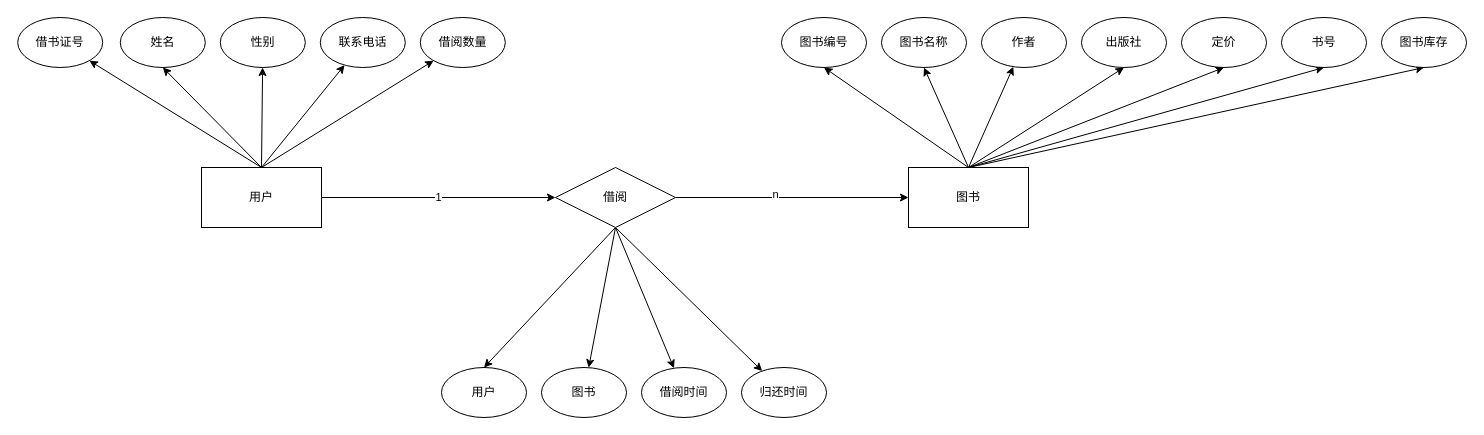
This is 图书借阅管理系统ER图.drawio from blankbro/draw.io, a draw.io file, before an edit. Source tidied: cells renumbered, new cells numbered last; positions are measured from the earlier drawing's top-left corner, leaving out a move shared by most shapes. Both pictures are drawn from the tidied source at 100%, with x=0, y=0 at pixel (17, 17).
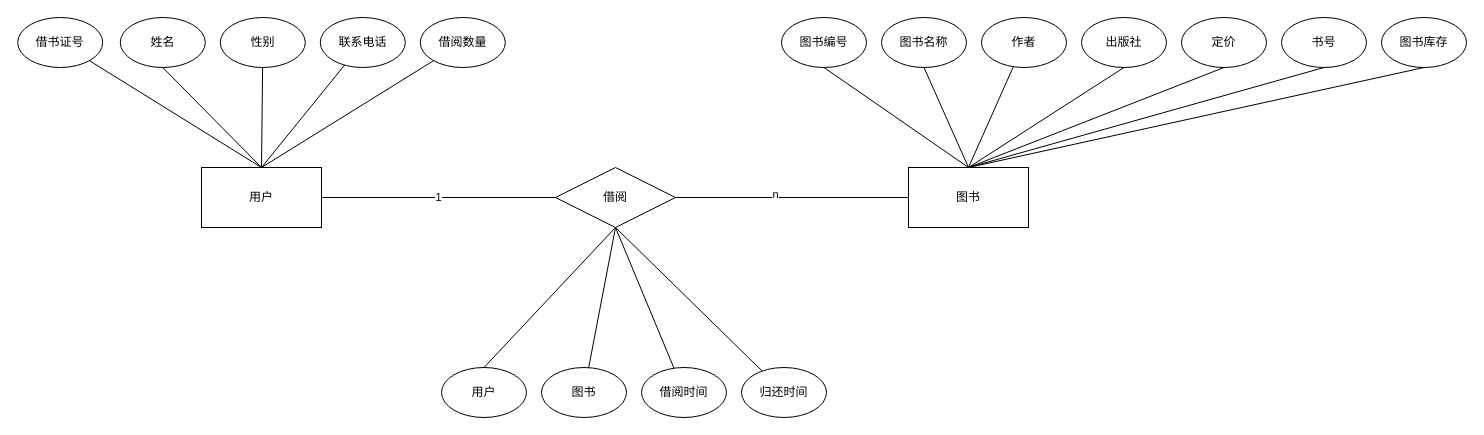
Above is the later version.

Commit message:
更新图书借阅管理系统ER图.drawio

The change refers to these unchanged cells:
```xml
<mxCell id="8" value="用户" style="whiteSpace=wrap;html=1;align=center;" parent="1" vertex="1">
  <mxGeometry x="184" y="150" width="120" height="60" as="geometry" />
</mxCell>
<mxCell id="15" value="借阅" style="shape=rhombus;perimeter=rhombusPerimeter;whiteSpace=wrap;html=1;align=center;" parent="1" vertex="1">
  <mxGeometry x="538" y="150" width="120" height="60" as="geometry" />
</mxCell>
<mxCell id="23" value="图书" style="whiteSpace=wrap;html=1;" parent="1" vertex="1">
  <mxGeometry x="891" y="150" width="120" height="60" as="geometry" />
</mxCell>
<mxCell id="24" value="借书证号" style="ellipse;whiteSpace=wrap;html=1;" parent="1" vertex="1">
  <mxGeometry x="0.2" width="85" height="50" as="geometry" />
</mxCell>
<mxCell id="25" value="姓名" style="ellipse;whiteSpace=wrap;html=1;" parent="1" vertex="1">
  <mxGeometry x="102.8" width="85" height="50" as="geometry" />
</mxCell>
<mxCell id="26" value="性别" style="ellipse;whiteSpace=wrap;html=1;" parent="1" vertex="1">
  <mxGeometry x="202.8" width="85" height="50" as="geometry" />
</mxCell>
<mxCell id="27" value="联系电话" style="ellipse;whiteSpace=wrap;html=1;" parent="1" vertex="1">
  <mxGeometry x="302.8" width="85" height="50" as="geometry" />
</mxCell>
<mxCell id="28" value="借阅数量" style="ellipse;whiteSpace=wrap;html=1;" parent="1" vertex="1">
  <mxGeometry x="402.8" width="85" height="50" as="geometry" />
</mxCell>
<mxCell id="29" value="图书编号" style="ellipse;whiteSpace=wrap;html=1;" parent="1" vertex="1">
  <mxGeometry x="764" width="85" height="50" as="geometry" />
</mxCell>
<mxCell id="30" value="图书名称" style="ellipse;whiteSpace=wrap;html=1;" parent="1" vertex="1">
  <mxGeometry x="864" width="85" height="50" as="geometry" />
</mxCell>
<mxCell id="31" value="作者" style="ellipse;whiteSpace=wrap;html=1;" parent="1" vertex="1">
  <mxGeometry x="964" width="85" height="50" as="geometry" />
</mxCell>
<mxCell id="32" value="出版社" style="ellipse;whiteSpace=wrap;html=1;" parent="1" vertex="1">
  <mxGeometry x="1064" width="85" height="50" as="geometry" />
</mxCell>
<mxCell id="33" value="定价" style="ellipse;whiteSpace=wrap;html=1;" parent="1" vertex="1">
  <mxGeometry x="1164" width="85" height="50" as="geometry" />
</mxCell>
<mxCell id="34" value="书号" style="ellipse;whiteSpace=wrap;html=1;" parent="1" vertex="1">
  <mxGeometry x="1264" width="85" height="50" as="geometry" />
</mxCell>
<mxCell id="35" value="图书库存" style="ellipse;whiteSpace=wrap;html=1;" parent="1" vertex="1">
  <mxGeometry x="1364" width="85" height="50" as="geometry" />
</mxCell>
<mxCell id="36" value="用户" style="ellipse;whiteSpace=wrap;html=1;" parent="1" vertex="1">
  <mxGeometry x="424" y="350" width="85" height="50" as="geometry" />
</mxCell>
<mxCell id="37" value="图书" style="ellipse;whiteSpace=wrap;html=1;" parent="1" vertex="1">
  <mxGeometry x="524" y="350" width="85" height="50" as="geometry" />
</mxCell>
<mxCell id="38" value="借阅时间" style="ellipse;whiteSpace=wrap;html=1;" parent="1" vertex="1">
  <mxGeometry x="624" y="350" width="85" height="50" as="geometry" />
</mxCell>
<mxCell id="39" value="归还时间" style="ellipse;whiteSpace=wrap;html=1;" parent="1" vertex="1">
  <mxGeometry x="724" y="350" width="85" height="50" as="geometry" />
</mxCell>
```

Diff of the diagram source:
```diff
@@
-    <mxCell id="2" value="1" style="edgeStyle=orthogonalEdgeStyle;rounded=0;jettySize=auto;html=1;" parent="1" edge="1" source="8" target="15">
+    <mxCell id="2" value="1" style="edgeStyle=orthogonalEdgeStyle;rounded=0;jettySize=auto;html=1;endArrow=none;endFill=0;" parent="1" edge="1" source="8" target="15">
       <mxGeometry relative="1" as="geometry" />
     </mxCell>
-    <mxCell id="3" style="rounded=0;jettySize=auto;html=1;exitX=0.5;exitY=0;exitDx=0;exitDy=0;" parent="1" edge="1" source="8" target="24">
+    <mxCell id="3" style="rounded=0;jettySize=auto;html=1;exitX=0.5;exitY=0;exitDx=0;exitDy=0;endArrow=none;endFill=0;" parent="1" edge="1" source="8" target="24">
       <mxGeometry relative="1" as="geometry" />
     </mxCell>
-    <mxCell id="4" style="rounded=0;jettySize=auto;html=1;exitX=0.5;exitY=0;exitDx=0;exitDy=0;entryX=0.5;entryY=1;entryDx=0;entryDy=0;" parent="1" edge="1" source="8" target="25">
+    <mxCell id="4" style="rounded=0;jettySize=auto;html=1;exitX=0.5;exitY=0;exitDx=0;exitDy=0;entryX=0.5;entryY=1;entryDx=0;entryDy=0;endArrow=none;endFill=0;" parent="1" edge="1" source="8" target="25">
       <mxGeometry relative="1" as="geometry" />
     </mxCell>
-    <mxCell id="5" style="rounded=0;jettySize=auto;html=1;exitX=0.5;exitY=0;exitDx=0;exitDy=0;" parent="1" edge="1" source="8" target="26">
+    <mxCell id="5" style="rounded=0;jettySize=auto;html=1;exitX=0.5;exitY=0;exitDx=0;exitDy=0;endArrow=none;endFill=0;" parent="1" edge="1" source="8" target="26">
       <mxGeometry relative="1" as="geometry" />
     </mxCell>
-    <mxCell id="6" style="rounded=0;jettySize=auto;html=1;exitX=0.5;exitY=0;exitDx=0;exitDy=0;" parent="1" edge="1" source="8" target="27">
+    <mxCell id="6" style="rounded=0;jettySize=auto;html=1;exitX=0.5;exitY=0;exitDx=0;exitDy=0;endArrow=none;endFill=0;" parent="1" edge="1" source="8" target="27">
       <mxGeometry relative="1" as="geometry" />
     </mxCell>
-    <mxCell id="7" style="rounded=0;jettySize=auto;html=1;exitX=0.5;exitY=0;exitDx=0;exitDy=0;" parent="1" edge="1" source="8" target="28">
+    <mxCell id="7" style="rounded=0;jettySize=auto;html=1;exitX=0.5;exitY=0;exitDx=0;exitDy=0;endArrow=none;endFill=0;" parent="1" edge="1" source="8" target="28">
       <mxGeometry relative="1" as="geometry" />
     </mxCell>
@@
-    <mxCell id="9" style="edgeStyle=orthogonalEdgeStyle;rounded=0;jettySize=auto;html=1;" parent="1" edge="1" source="15" target="23">
+    <mxCell id="9" style="edgeStyle=orthogonalEdgeStyle;rounded=0;jettySize=auto;html=1;endArrow=none;endFill=0;" parent="1" edge="1" source="15" target="23">
       <mxGeometry relative="1" as="geometry" />
     </mxCell>
@@
-    <mxCell id="11" style="rounded=0;jettySize=auto;html=1;entryX=0.5;entryY=0;entryDx=0;entryDy=0;exitX=0.5;exitY=1;exitDx=0;exitDy=0;" parent="1" edge="1" source="15" target="36">
+    <mxCell id="11" style="rounded=0;jettySize=auto;html=1;entryX=0.5;entryY=0;entryDx=0;entryDy=0;exitX=0.5;exitY=1;exitDx=0;exitDy=0;endArrow=none;endFill=0;" parent="1" edge="1" source="15" target="36">
       <mxGeometry relative="1" as="geometry" />
     </mxCell>
-    <mxCell id="12" style="rounded=0;jettySize=auto;html=1;exitX=0.5;exitY=1;exitDx=0;exitDy=0;" parent="1" edge="1" source="15" target="37">
+    <mxCell id="12" style="rounded=0;jettySize=auto;html=1;exitX=0.5;exitY=1;exitDx=0;exitDy=0;endArrow=none;endFill=0;" parent="1" edge="1" source="15" target="37">
       <mxGeometry relative="1" as="geometry" />
     </mxCell>
-    <mxCell id="13" style="rounded=0;jettySize=auto;html=1;exitX=0.5;exitY=1;exitDx=0;exitDy=0;" parent="1" edge="1" source="15" target="38">
+    <mxCell id="13" style="rounded=0;jettySize=auto;html=1;exitX=0.5;exitY=1;exitDx=0;exitDy=0;endArrow=none;endFill=0;" parent="1" edge="1" source="15" target="38">
       <mxGeometry relative="1" as="geometry" />
     </mxCell>
-    <mxCell id="14" style="rounded=0;jettySize=auto;html=1;exitX=0.5;exitY=1;exitDx=0;exitDy=0;" parent="1" edge="1" source="15" target="39">
+    <mxCell id="14" style="rounded=0;jettySize=auto;html=1;exitX=0.5;exitY=1;exitDx=0;exitDy=0;endArrow=none;endFill=0;" parent="1" edge="1" source="15" target="39">
       <mxGeometry relative="1" as="geometry" />
     </mxCell>
@@
-    <mxCell id="16" style="rounded=0;jettySize=auto;html=1;exitX=0.5;exitY=0;exitDx=0;exitDy=0;entryX=0.5;entryY=1;entryDx=0;entryDy=0;" parent="1" edge="1" source="23" target="29">
+    <mxCell id="16" style="rounded=0;jettySize=auto;html=1;exitX=0.5;exitY=0;exitDx=0;exitDy=0;entryX=0.5;entryY=1;entryDx=0;entryDy=0;endArrow=none;endFill=0;" parent="1" edge="1" source="23" target="29">
       <mxGeometry relative="1" as="geometry" />
     </mxCell>
-    <mxCell id="17" style="rounded=0;jettySize=auto;html=1;exitX=0.5;exitY=0;exitDx=0;exitDy=0;entryX=0.5;entryY=1;entryDx=0;entryDy=0;" parent="1" edge="1" source="23" target="30">
+    <mxCell id="17" style="rounded=0;jettySize=auto;html=1;exitX=0.5;exitY=0;exitDx=0;exitDy=0;entryX=0.5;entryY=1;entryDx=0;entryDy=0;endArrow=none;endFill=0;" parent="1" edge="1" source="23" target="30">
       <mxGeometry relative="1" as="geometry" />
     </mxCell>
-    <mxCell id="18" style="rounded=0;jettySize=auto;html=1;exitX=0.5;exitY=0;exitDx=0;exitDy=0;" parent="1" edge="1" source="23" target="31">
+    <mxCell id="18" style="rounded=0;jettySize=auto;html=1;exitX=0.5;exitY=0;exitDx=0;exitDy=0;endArrow=none;endFill=0;" parent="1" edge="1" source="23" target="31">
       <mxGeometry relative="1" as="geometry" />
     </mxCell>
-    <mxCell id="19" style="rounded=0;jettySize=auto;html=1;exitX=0.5;exitY=0;exitDx=0;exitDy=0;entryX=0.5;entryY=1;entryDx=0;entryDy=0;" parent="1" edge="1" source="23" target="32">
+    <mxCell id="19" style="rounded=0;jettySize=auto;html=1;exitX=0.5;exitY=0;exitDx=0;exitDy=0;entryX=0.5;entryY=1;entryDx=0;entryDy=0;endArrow=none;endFill=0;" parent="1" edge="1" source="23" target="32">
       <mxGeometry relative="1" as="geometry" />
     </mxCell>
-    <mxCell id="20" style="rounded=0;jettySize=auto;html=1;exitX=0.5;exitY=0;exitDx=0;exitDy=0;entryX=0.5;entryY=1;entryDx=0;entryDy=0;" parent="1" edge="1" source="23" target="33">
+    <mxCell id="20" style="rounded=0;jettySize=auto;html=1;exitX=0.5;exitY=0;exitDx=0;exitDy=0;entryX=0.5;entryY=1;entryDx=0;entryDy=0;endArrow=none;endFill=0;" parent="1" edge="1" source="23" target="33">
       <mxGeometry relative="1" as="geometry" />
     </mxCell>
-    <mxCell id="21" style="rounded=0;jettySize=auto;html=1;exitX=0.5;exitY=0;exitDx=0;exitDy=0;entryX=0.5;entryY=1;entryDx=0;entryDy=0;" parent="1" edge="1" source="23" target="34">
+    <mxCell id="21" style="rounded=0;jettySize=auto;html=1;exitX=0.5;exitY=0;exitDx=0;exitDy=0;entryX=0.5;entryY=1;entryDx=0;entryDy=0;endArrow=none;endFill=0;" parent="1" edge="1" source="23" target="34">
       <mxGeometry relative="1" as="geometry" />
     </mxCell>
-    <mxCell id="22" style="rounded=0;jettySize=auto;html=1;exitX=0.5;exitY=0;exitDx=0;exitDy=0;entryX=0.5;entryY=1;entryDx=0;entryDy=0;" parent="1" edge="1" source="23" target="35">
+    <mxCell id="22" style="rounded=0;jettySize=auto;html=1;exitX=0.5;exitY=0;exitDx=0;exitDy=0;entryX=0.5;entryY=1;entryDx=0;entryDy=0;endArrow=none;endFill=0;" parent="1" edge="1" source="23" target="35">
       <mxGeometry relative="1" as="geometry" />
     </mxCell>
```
